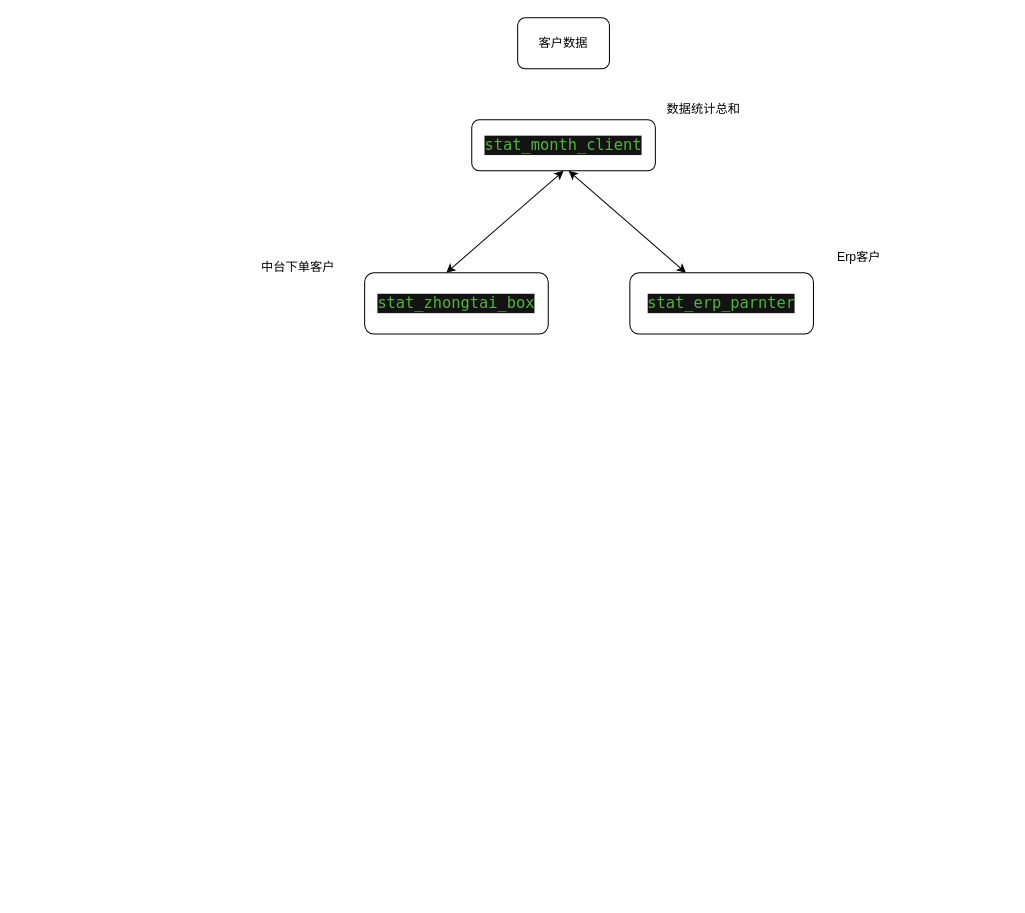
The draw.io diagram 数据分析-客户数据.drawio in gongyao1992/draw, before the edit. Source tidied: cells renumbered, new cells numbered last; positions are measured from the earlier drawing's top-left corner, leaving out a move shared by most shapes. Both pictures are drawn from the tidied source at 102%, with x=0, y=0 at pixel (252, 17).
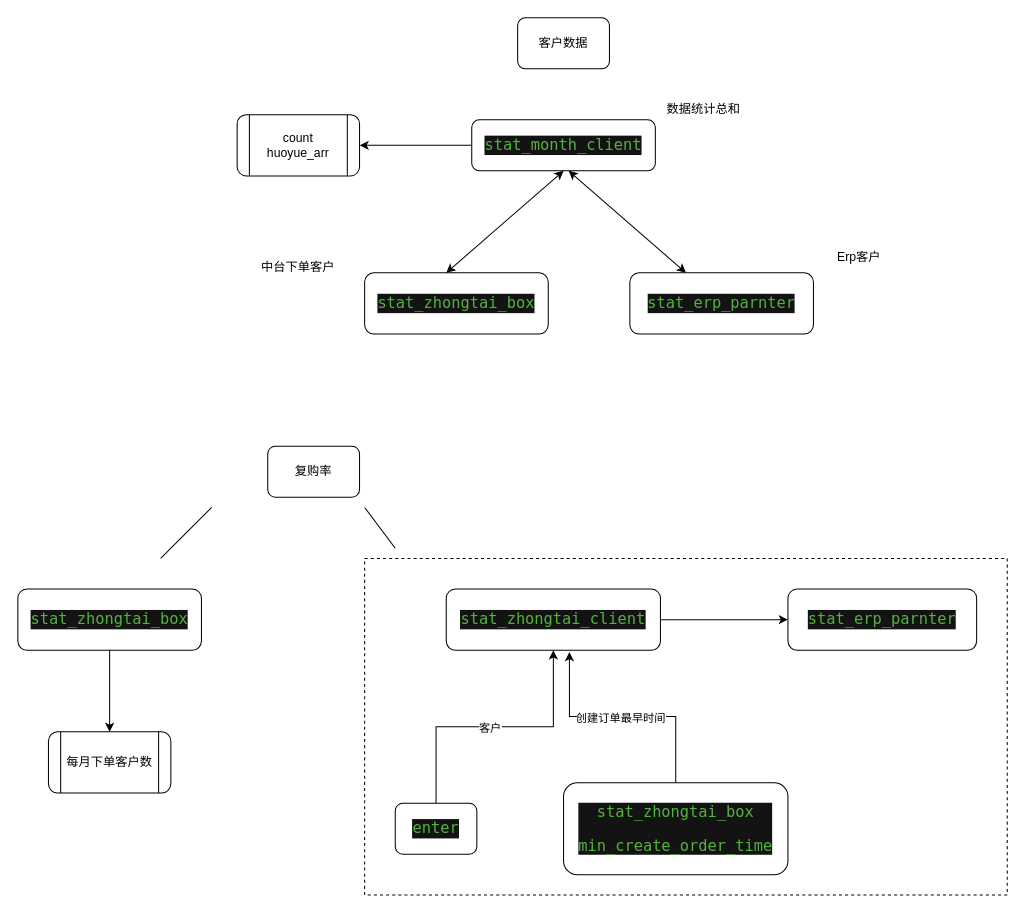
After the change.

Commit message (it also covers changes not shown here):
更新数据分析-客户数据.drawio

Unchanged cells that the change refers to:
```xml
<mxCell id="3" value="&lt;pre style=&quot;background-color: #131314 ; color: #ebebeb ; font-family: &amp;#34;monaco&amp;#34; , monospace ; font-size: 11.3pt&quot;&gt;&lt;span style=&quot;color: #54b33e&quot;&gt;stat_month_client&lt;/span&gt;&lt;/pre&gt;" style="rounded=1;whiteSpace=wrap;html=1;" parent="1" vertex="1">
  <mxGeometry x="215" y="100" width="180" height="50" as="geometry" />
</mxCell>
```

Diff of the diagram source:
```diff
@@
+    <mxCell id="11" style="edgeStyle=orthogonalEdgeStyle;rounded=0;jettySize=auto;html=1;" parent="1" edge="1" source="3" target="12">
+      <mxGeometry relative="1" as="geometry" />
+    </mxCell>
@@
+    <mxCell id="12" value="count&lt;br&gt;huoyue_arr" style="shape=process;whiteSpace=wrap;html=1;backgroundOutline=1;rounded=1;" parent="1" vertex="1">
+      <mxGeometry x="-15" y="95" width="120" height="60" as="geometry" />
+    </mxCell>
+    <mxCell id="13" style="edgeStyle=orthogonalEdgeStyle;rounded=0;jettySize=auto;html=1;" parent="1" edge="1" source="14" target="15">
+      <mxGeometry relative="1" as="geometry" />
+    </mxCell>
+    <mxCell id="14" value="&lt;pre style=&quot;background-color: #131314 ; color: #ebebeb ; font-family: &amp;#34;monaco&amp;#34; , monospace ; font-size: 11.3pt&quot;&gt;&lt;span style=&quot;color: #54b33e&quot;&gt;stat_zhongtai_client&lt;/span&gt;&lt;/pre&gt;" style="rounded=1;whiteSpace=wrap;html=1;" parent="1" vertex="1">
+      <mxGeometry x="190" y="560" width="210" height="60" as="geometry" />
+    </mxCell>
+    <mxCell id="15" value="&lt;pre style=&quot;background-color: #131314 ; color: #ebebeb ; font-family: &amp;#34;monaco&amp;#34; , monospace ; font-size: 11.3pt&quot;&gt;&lt;span style=&quot;color: #54b33e&quot;&gt;stat_erp_parnter&lt;/span&gt;&lt;/pre&gt;" style="whiteSpace=wrap;html=1;rounded=1;" parent="1" vertex="1">
+      <mxGeometry x="525" y="560" width="185" height="60" as="geometry" />
+    </mxCell>
+    <mxCell id="16" style="edgeStyle=orthogonalEdgeStyle;rounded=0;jettySize=auto;html=1;exitX=0.5;exitY=0;exitDx=0;exitDy=0;entryX=0.5;entryY=1;entryDx=0;entryDy=0;" parent="1" edge="1" source="18" target="14">
+      <mxGeometry relative="1" as="geometry" />
+    </mxCell>
+    <mxCell id="17" value="客户" style="edgeLabel;html=1;align=center;verticalAlign=middle;" parent="16" vertex="1">
+      <mxGeometry x="-0.04" y="-1" relative="1" as="geometry" />
+    </mxCell>
+    <mxCell id="18" value="&lt;pre style=&quot;background-color: #131314 ; color: #ebebeb ; font-family: &amp;#34;monaco&amp;#34; , monospace ; font-size: 11.3pt&quot;&gt;&lt;span style=&quot;color: #54b33e&quot;&gt;enter&lt;/span&gt;&lt;/pre&gt;" style="rounded=1;whiteSpace=wrap;html=1;" parent="1" vertex="1">
+      <mxGeometry x="140" y="770" width="80" height="50" as="geometry" />
+    </mxCell>
+    <mxCell id="19" style="edgeStyle=orthogonalEdgeStyle;rounded=0;jettySize=auto;html=1;entryX=0.575;entryY=1.03;entryDx=0;entryDy=0;entryPerimeter=0;" parent="1" edge="1" source="21" target="14">
+      <mxGeometry relative="1" as="geometry" />
+    </mxCell>
+    <mxCell id="20" value="创建订单最早时间" style="edgeLabel;html=1;align=center;verticalAlign=middle;" parent="19" vertex="1">
+      <mxGeometry x="0.03" y="1" relative="1" as="geometry" />
+    </mxCell>
+    <mxCell id="21" value="&lt;pre style=&quot;background-color: #131314 ; color: #ebebeb ; font-family: &amp;#34;monaco&amp;#34; , monospace ; font-size: 11.3pt&quot;&gt;&lt;pre style=&quot;font-family: &amp;#34;monaco&amp;#34; , monospace ; font-size: 11.3pt&quot;&gt;&lt;span style=&quot;color: #54b33e&quot;&gt;stat_zhongtai_box&lt;/span&gt;&lt;/pre&gt;&lt;pre style=&quot;font-family: &amp;#34;monaco&amp;#34; , monospace ; font-size: 11.3pt&quot;&gt;&lt;pre style=&quot;font-family: &amp;#34;monaco&amp;#34; , monospace ; font-size: 11.3pt&quot;&gt;&lt;span style=&quot;color: #54b33e&quot;&gt;min_create_order_time&lt;/span&gt;&lt;/pre&gt;&lt;/pre&gt;&lt;/pre&gt;" style="rounded=1;whiteSpace=wrap;html=1;" parent="1" vertex="1">
+      <mxGeometry x="305" y="750" width="220" height="90" as="geometry" />
+    </mxCell>
+    <mxCell id="22" value="复购率" style="rounded=1;whiteSpace=wrap;html=1;" parent="1" vertex="1">
+      <mxGeometry x="15" y="420" width="90" height="50" as="geometry" />
+    </mxCell>
+    <mxCell id="23" style="edgeStyle=orthogonalEdgeStyle;rounded=0;jettySize=auto;html=1;" parent="1" edge="1" source="24" target="25">
+      <mxGeometry relative="1" as="geometry" />
+    </mxCell>
+    <mxCell id="24" value="&lt;pre style=&quot;background-color: #131314 ; color: #ebebeb ; font-family: &amp;#34;monaco&amp;#34; , monospace ; font-size: 11.3pt&quot;&gt;&lt;span style=&quot;color: #54b33e&quot;&gt;stat_zhongtai_box&lt;/span&gt;&lt;/pre&gt;" style="rounded=1;whiteSpace=wrap;html=1;" parent="1" vertex="1">
+      <mxGeometry x="-230" y="560" width="180" height="60" as="geometry" />
+    </mxCell>
+    <mxCell id="25" value="每月下单客户数" style="shape=process;whiteSpace=wrap;html=1;backgroundOutline=1;rounded=1;" parent="1" vertex="1">
+      <mxGeometry x="-200" y="700" width="120" height="60" as="geometry" />
+    </mxCell>
+    <mxCell id="26" style="rounded=0;whiteSpace=wrap;html=1;fillColor=none;dashed=1;" parent="1" vertex="1">
+      <mxGeometry x="110" y="530" width="630" height="330" as="geometry" />
+    </mxCell>
+    <mxCell id="27" style="endArrow=none;html=1;" parent="1" edge="1">
+      <mxGeometry relative="1" as="geometry">
+        <mxPoint x="-90" y="530" as="sourcePoint" />
+        <mxPoint x="-40" y="480" as="targetPoint" />
+      </mxGeometry>
+    </mxCell>
+    <mxCell id="28" style="endArrow=none;html=1;" parent="1" edge="1">
+      <mxGeometry relative="1" as="geometry">
+        <mxPoint x="140" y="520" as="sourcePoint" />
+        <mxPoint x="110" y="480" as="targetPoint" />
+      </mxGeometry>
+    </mxCell>
```
